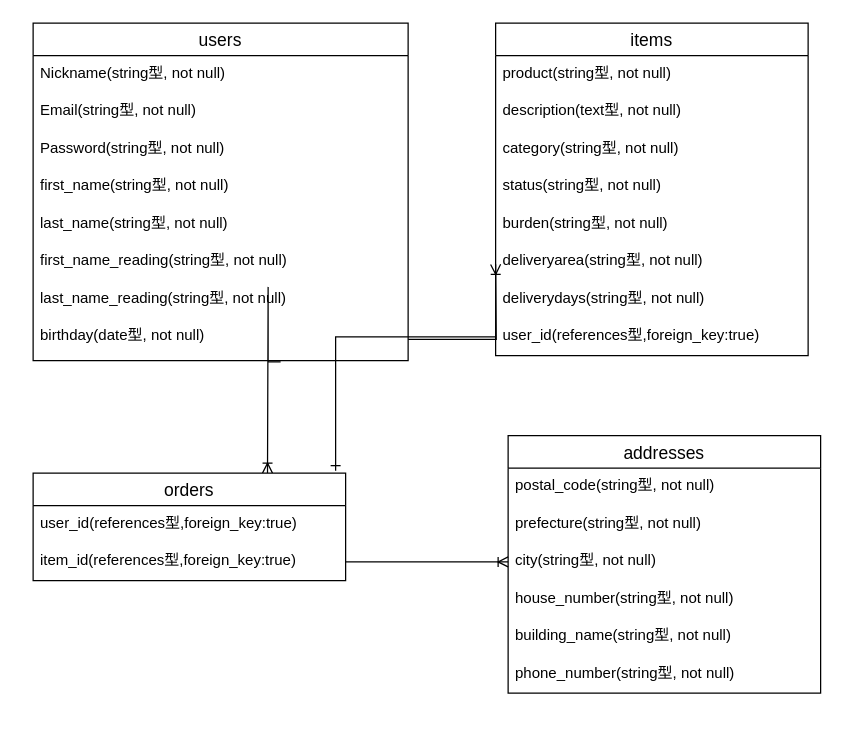
n622ryo/furima-31017 keeps this draw.io diagram as test.dio. Above is the earlier version. Source tidied: cells renumbered, new cells numbered last; positions are measured from the earlier drawing's top-left corner, leaving out a move shared by most shapes. Both pictures are drawn from the tidied source at 125%, with x=0, y=0 at pixel (32, 22).
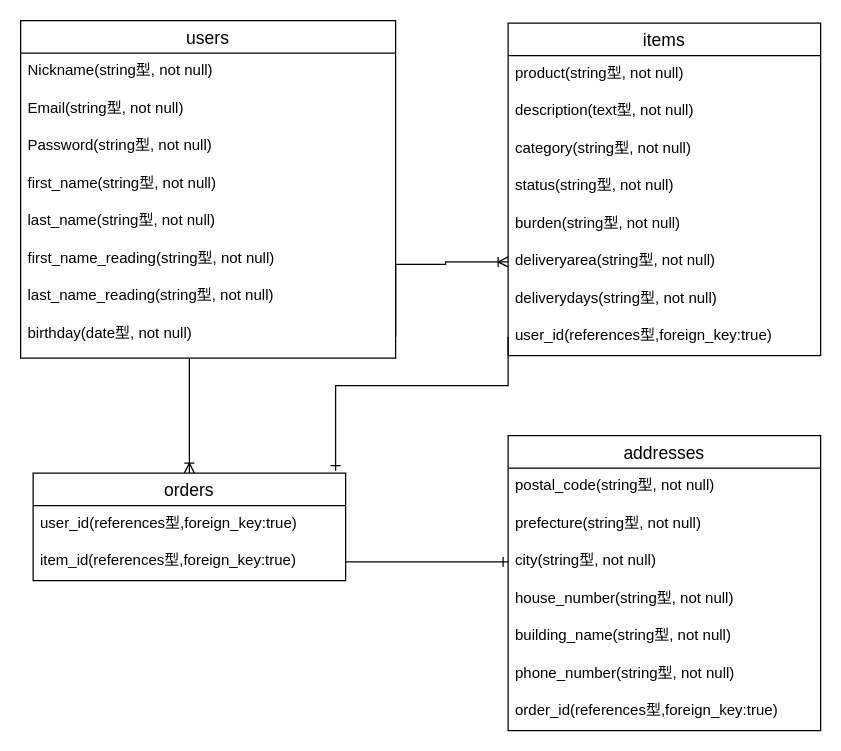
The same diagram, later.

Unchanged cells that the change refers to:
```xml
<mxCell id="5" value="city(string型, not null)" style="text;strokeColor=none;fillColor=none;spacingLeft=4;spacingRight=4;overflow=hidden;points=[[0,0.5],[1,0.5]];portConstraint=eastwest;fontSize=12;" parent="2" vertex="1">
  <mxGeometry y="86" width="250" height="30" as="geometry" />
</mxCell>
<mxCell id="10" value="orders" style="swimlane;fontStyle=0;horizontal=1;startSize=26;align=center;fontSize=14;" parent="1" vertex="1">
  <mxGeometry y="360" width="250" height="86" as="geometry" />
</mxCell>
<mxCell id="12" value="item_id(references型,foreign_key:true)" style="text;strokeColor=none;fillColor=none;spacingLeft=4;spacingRight=4;overflow=hidden;points=[[0,0.5],[1,0.5]];portConstraint=eastwest;fontSize=12;" parent="10" vertex="1">
  <mxGeometry y="56" width="250" height="30" as="geometry" />
</mxCell>
<mxCell id="21" value="deliveryarea(string型, not null)" style="text;strokeColor=none;fillColor=none;spacingLeft=4;spacingRight=4;overflow=hidden;points=[[0,0.5],[1,0.5]];portConstraint=eastwest;fontSize=12;" parent="15" vertex="1">
  <mxGeometry y="176" width="250" height="30" as="geometry" />
</mxCell>
<mxCell id="23" value="user_id(references型,foreign_key:true)" style="text;strokeColor=none;fillColor=none;spacingLeft=4;spacingRight=4;overflow=hidden;points=[[0,0.5],[1,0.5]];portConstraint=eastwest;fontSize=12;" parent="15" vertex="1">
  <mxGeometry y="236" width="250" height="30" as="geometry" />
</mxCell>
<mxCell id="33" value="birthday(date型, not null)" style="text;strokeColor=none;fillColor=none;spacingLeft=4;spacingRight=4;overflow=hidden;points=[[0,0.5],[1,0.5]];portConstraint=eastwest;fontSize=12;" parent="25" vertex="1">
  <mxGeometry y="236" width="300" height="34" as="geometry" />
</mxCell>
```

Change to the diagram source:
```diff
@@
     <mxCell id="2" value="addresses" style="swimlane;fontStyle=0;horizontal=1;startSize=26;align=center;fontSize=14;" parent="1" vertex="1">
-      <mxGeometry x="380" y="330" width="250" height="206" as="geometry" />
+      <mxGeometry x="380" y="330" width="250" height="236" as="geometry" />
     </mxCell>
@@
-    <mxCell id="9" style="edgeStyle=orthogonalEdgeStyle;rounded=0;jettySize=auto;html=1;exitX=0.66;exitY=1.029;exitDx=0;exitDy=0;entryX=0.75;entryY=0;entryDx=0;entryDy=0;exitPerimeter=0;endArrow=ERoneToMany;endFill=0;" parent="1" edge="1" source="33" target="10">
-      <mxGeometry relative="1" as="geometry">
-        <Array as="points">
-          <mxPoint x="188" y="211" />
-          <mxPoint x="188" y="350" />
-        </Array>
-      </mxGeometry>
-    </mxCell>
+    <mxCell id="34" value="order_id(references型,foreign_key:true)" style="text;strokeColor=none;fillColor=none;spacingLeft=4;spacingRight=4;overflow=hidden;fontSize=12;" parent="2" vertex="1">
+      <mxGeometry y="206" width="250" height="30" as="geometry" />
+    </mxCell>
@@
     <mxCell id="13" style="edgeStyle=orthogonalEdgeStyle;rounded=0;jettySize=auto;html=1;exitX=0;exitY=0.5;exitDx=0;exitDy=0;entryX=0.968;entryY=-0.023;entryDx=0;entryDy=0;entryPerimeter=0;endArrow=ERone;endFill=0;" parent="1" edge="1" source="23" target="10">
-      <mxGeometry relative="1" as="geometry" />
+      <mxGeometry relative="1" as="geometry">
+        <Array as="points">
+          <mxPoint x="380" y="290" />
+          <mxPoint x="242" y="290" />
+        </Array>
+      </mxGeometry>
     </mxCell>
-    <mxCell id="14" style="edgeStyle=orthogonalEdgeStyle;rounded=0;jettySize=auto;html=1;exitX=1;exitY=0.5;exitDx=0;exitDy=0;endArrow=ERoneToMany;endFill=0;" parent="1" edge="1" source="33">
+    <mxCell id="14" style="edgeStyle=orthogonalEdgeStyle;rounded=0;jettySize=auto;html=1;exitX=1;exitY=0.5;exitDx=0;exitDy=0;endArrow=ERoneToMany;endFill=0;entryX=0;entryY=0.5;entryDx=0;entryDy=0;" parent="1" edge="1" source="33" target="21">
       <mxGeometry relative="1" as="geometry">
-        <mxPoint x="370" y="193" as="targetPoint" />
+        <Array as="points">
+          <mxPoint x="290" y="193" />
+          <mxPoint x="330" y="193" />
+          <mxPoint x="330" y="191" />
+        </Array>
       </mxGeometry>
     </mxCell>
+    <mxCell id="24" style="edgeStyle=orthogonalEdgeStyle;rounded=0;jettySize=auto;html=1;exitX=1;exitY=0.5;exitDx=0;exitDy=0;entryX=0;entryY=0.5;entryDx=0;entryDy=0;endArrow=ERone;endFill=0;" parent="1" edge="1" source="12" target="5">
+      <mxGeometry relative="1" as="geometry" />
+    </mxCell>
     <mxCell id="15" value="items" style="swimlane;fontStyle=0;horizontal=1;startSize=26;align=center;fontSize=14;" parent="1" vertex="1">
-      <mxGeometry x="370" width="250" height="266" as="geometry" />
+      <mxGeometry x="380" width="250" height="266" as="geometry" />
     </mxCell>
@@
-    <mxCell id="24" style="edgeStyle=orthogonalEdgeStyle;rounded=0;jettySize=auto;html=1;exitX=1;exitY=0.5;exitDx=0;exitDy=0;entryX=0;entryY=0.5;entryDx=0;entryDy=0;endArrow=ERoneToMany;endFill=0;" parent="1" edge="1" source="12" target="5">
-      <mxGeometry relative="1" as="geometry" />
-    </mxCell>
     <mxCell id="25" value="users" style="swimlane;fontStyle=0;horizontal=1;startSize=26;align=center;fontSize=14;" parent="1" vertex="1">
-      <mxGeometry width="300" height="270" as="geometry" />
+      <mxGeometry x="-10" y="-2" width="300" height="270" as="geometry" />
     </mxCell>
@@
+    <mxCell id="9" style="edgeStyle=orthogonalEdgeStyle;rounded=0;jettySize=auto;html=1;exitX=0.45;exitY=1;exitDx=0;exitDy=0;entryX=0.5;entryY=0;entryDx=0;entryDy=0;endArrow=ERoneToMany;endFill=0;exitPerimeter=0;" parent="1" edge="1" source="33" target="10">
+      <mxGeometry relative="1" as="geometry" />
+    </mxCell>
```
